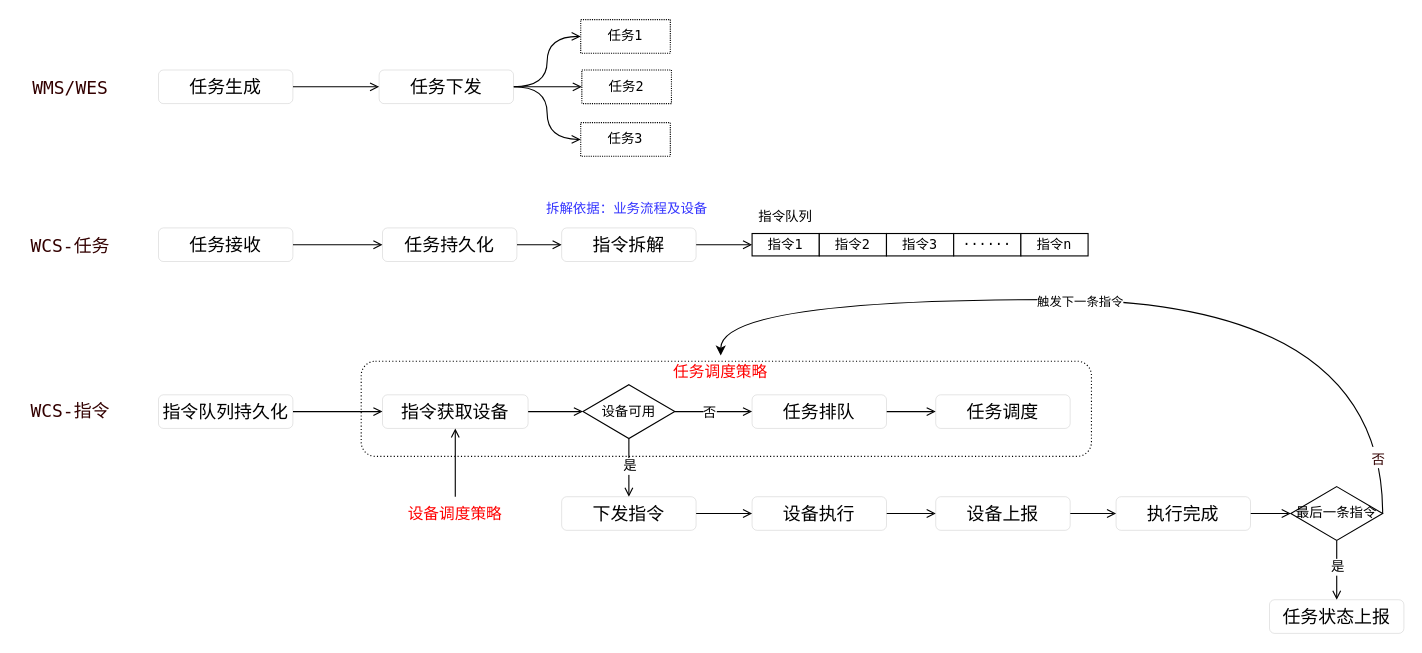
This is wcs核心流程.drawio from xingly/draw.io, a draw.io file, before an edit. Source tidied: cells renumbered, new cells numbered last; positions are measured from the earlier drawing's top-left corner, leaving out a move shared by most shapes. Both pictures are drawn from the tidied source at 112%, with x=0, y=0 at pixel (19, 19).
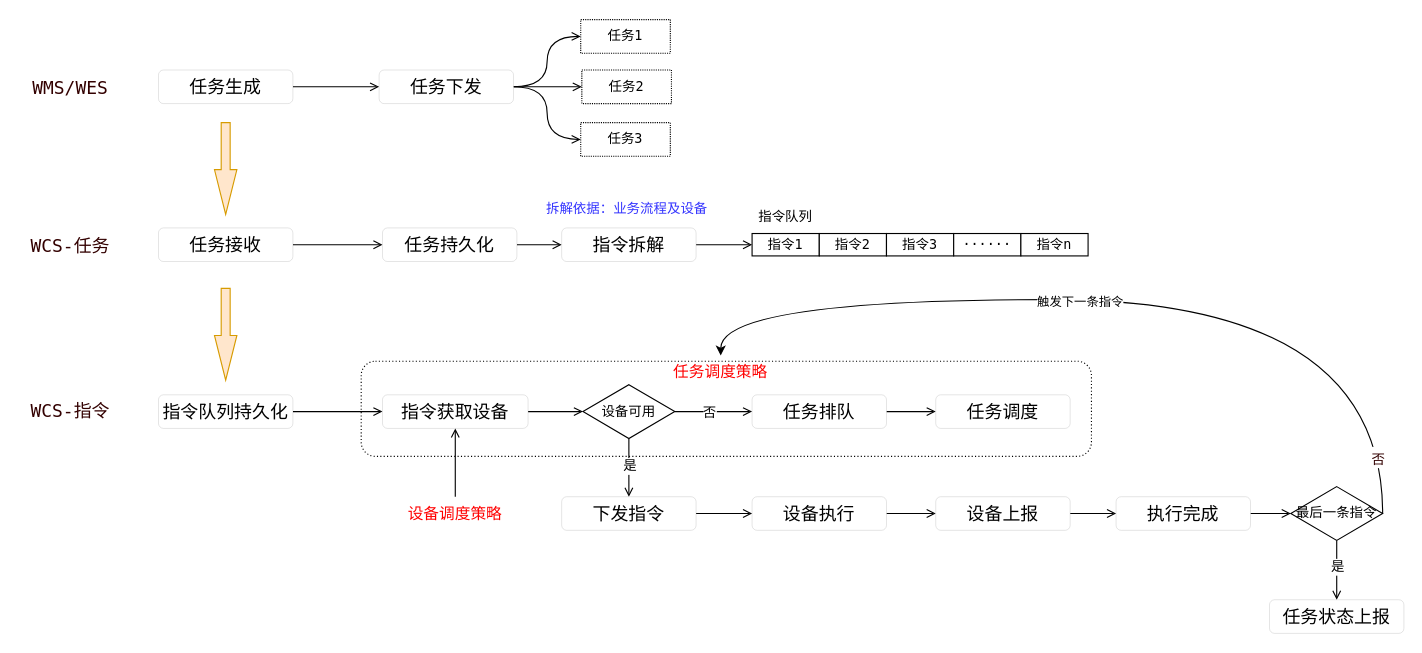
After the change.

Commit message:
更新wcs核心流程.drawio

The edit, as a diff of the source:
```diff
@@
+    <mxCell id="58" style="html=1;shadow=0;dashed=0;align=center;verticalAlign=middle;shape=mxgraph.arrows2.arrow;dy=0.6;dx=40;direction=south;notch=0;fillColor=#ffe6cc;strokeColor=#d79b00;" parent="1" vertex="1">
+      <mxGeometry x="174" y="92" width="20" height="82" as="geometry" />
+    </mxCell>
+    <mxCell id="59" style="html=1;shadow=0;dashed=0;align=center;verticalAlign=middle;shape=mxgraph.arrows2.arrow;dy=0.6;dx=40;direction=south;notch=0;fillColor=#ffe6cc;strokeColor=#d79b00;" parent="1" vertex="1">
+      <mxGeometry x="174" y="240" width="20" height="82" as="geometry" />
+    </mxCell>
```
